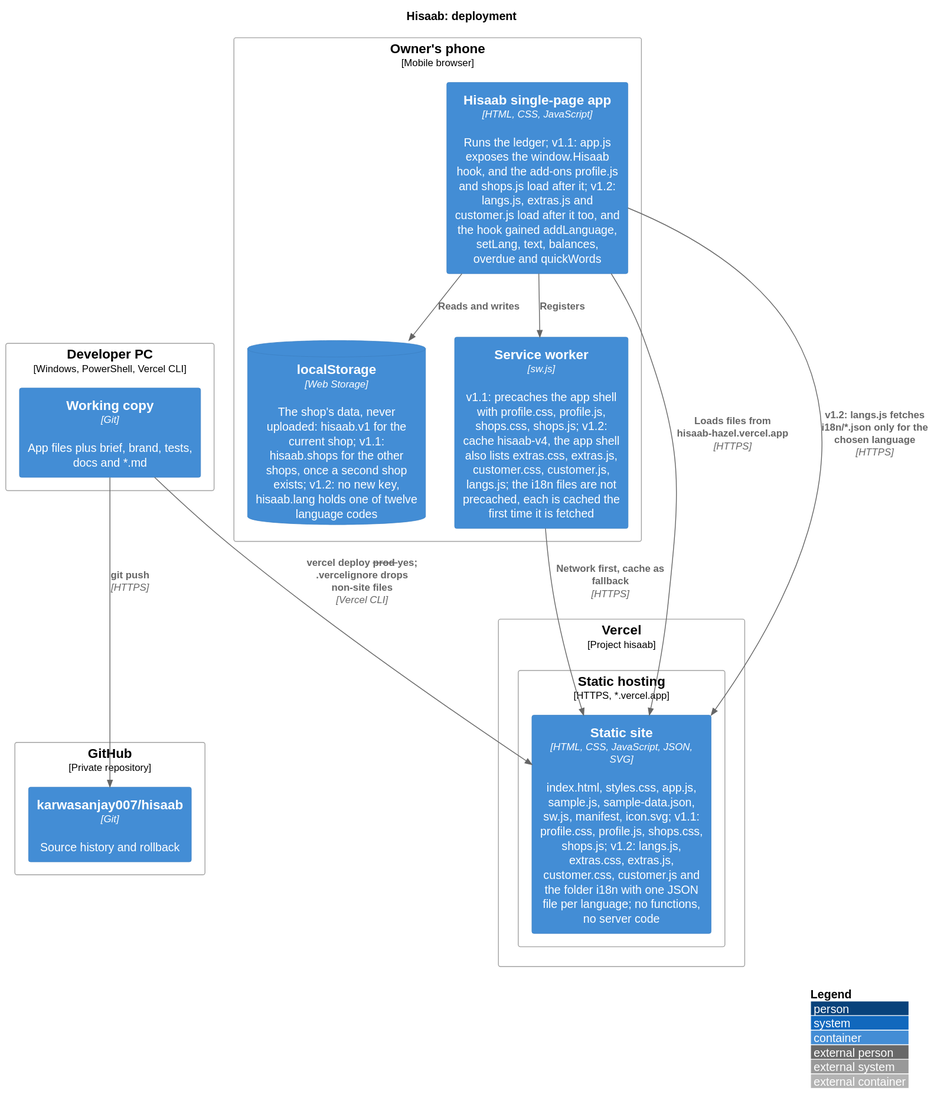
This is docs/diagrams/deployment.svg from karwasanjay007/hisaab-docs, a PlantUML export, as it was before one commit.
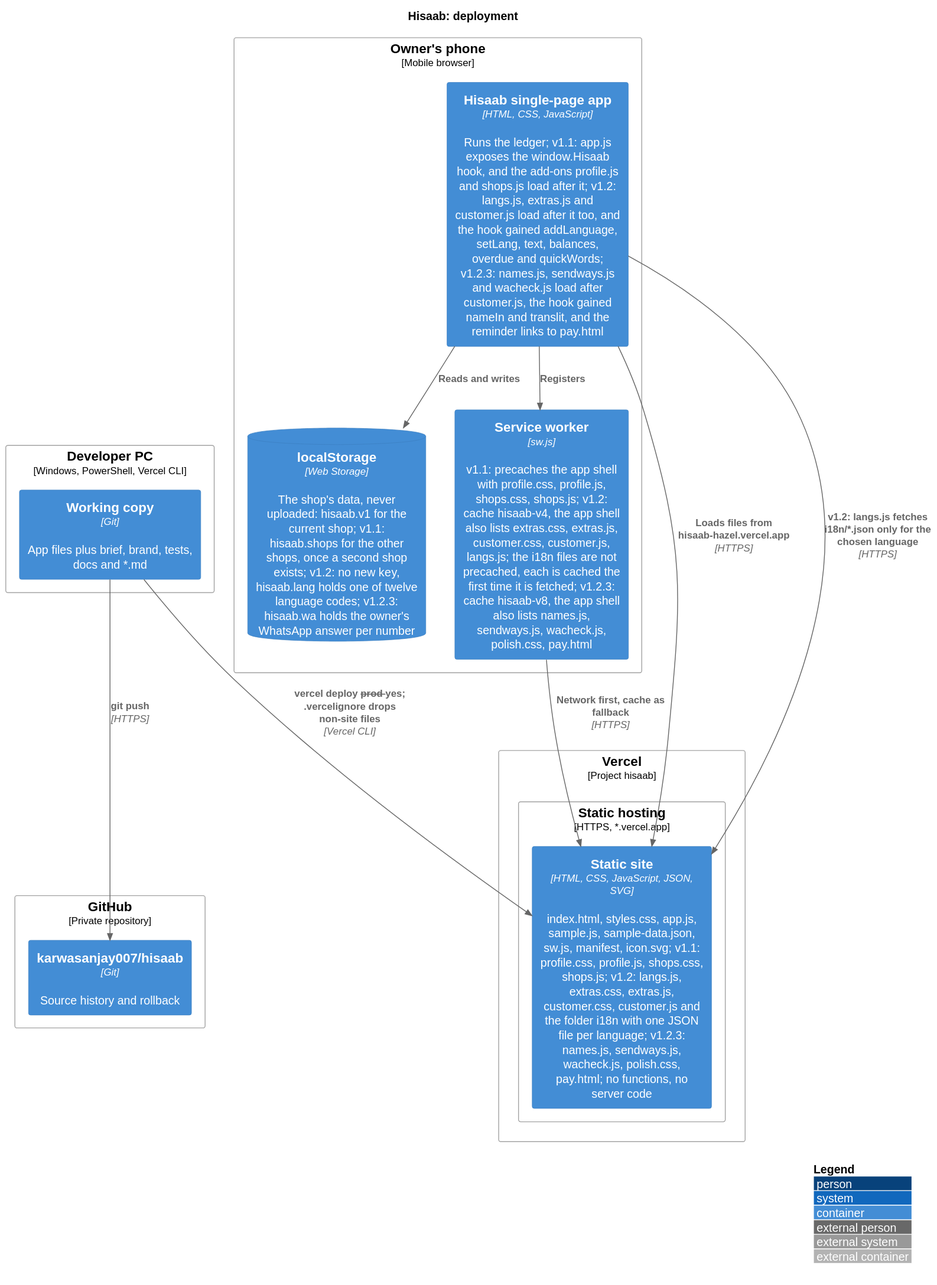
After the commit.

Change to the diagram source:
```diff
@@ -10,13 +10,13 @@
 }
 Deployment_Node(vc, "Vercel", "Project hisaab") {
   Deployment_Node(edge, "Static hosting", "HTTPS, *.vercel.app") {
-    Container(site, "Static site", "HTML, CSS, JavaScript, JSON, SVG", "index.html, styles.css, app.js, sample.js, sample-data.json, sw.js, manifest, icon.svg; v1.1: profile.css, profile.js, shops.css, shops.js; v1.2: langs.js, extras.css, extras.js, customer.css, customer.js and the folder i18n with one JSON file per language; no functions, no server code")
+    Container(site, "Static site", "HTML, CSS, JavaScript, JSON, SVG", "index.html, styles.css, app.js, sample.js, sample-data.json, sw.js, manifest, icon.svg; v1.1: profile.css, profile.js, shops.css, shops.js; v1.2: langs.js, extras.css, extras.js, customer.css, customer.js and the folder i18n with one JSON file per language; v1.2.3: names.js, sendways.js, wacheck.js, polish.css, pay.html; no functions, no server code")
   }
 }
 Deployment_Node(phone, "Owner's phone", "Mobile browser") {
-  Container(app, "Hisaab single-page app", "HTML, CSS, JavaScript", "Runs the ledger; v1.1: app.js exposes the window.Hisaab hook, and the add-ons profile.js and shops.js load after it; v1.2: langs.js, extras.js and customer.js load after it too, and the hook gained addLanguage, setLang, text, balances, overdue and quickWords")
-  ContainerDb(store, "localStorage", "Web Storage", "The shop's data, never uploaded: hisaab.v1 for the current shop; v1.1: hisaab.shops for the other shops, once a second shop exists; v1.2: no new key, hisaab.lang holds one of twelve language codes")
-  Container(swk, "Service worker", "sw.js", "v1.1: precaches the app shell with profile.css, profile.js, shops.css, shops.js; v1.2: cache hisaab-v4, the app shell also lists extras.css, extras.js, customer.css, customer.js, langs.js; the i18n files are not precached, each is cached the first time it is fetched")
+  Container(app, "Hisaab single-page app", "HTML, CSS, JavaScript", "Runs the ledger; v1.1: app.js exposes the window.Hisaab hook, and the add-ons profile.js and shops.js load after it; v1.2: langs.js, extras.js and customer.js load after it too, and the hook gained addLanguage, setLang, text, balances, overdue and quickWords; v1.2.3: names.js, sendways.js and wacheck.js load after customer.js, the hook gained nameIn and translit, and the reminder links to pay.html")
+  ContainerDb(store, "localStorage", "Web Storage", "The shop's data, never uploaded: hisaab.v1 for the current shop; v1.1: hisaab.shops for the other shops, once a second shop exists; v1.2: no new key, hisaab.lang holds one of twelve language codes; v1.2.3: hisaab.wa holds the owner's WhatsApp answer per number")
+  Container(swk, "Service worker", "sw.js", "v1.1: precaches the app shell with profile.css, profile.js, shops.css, shops.js; v1.2: cache hisaab-v4, the app shell also lists extras.css, extras.js, customer.css, customer.js, langs.js; the i18n files are not precached, each is cached the first time it is fetched; v1.2.3: cache hisaab-v8, the app shell also lists names.js, sendways.js, wacheck.js, polish.css, pay.html")
 }
 
 Rel(src, repo, "git push", "HTTPS")
```
